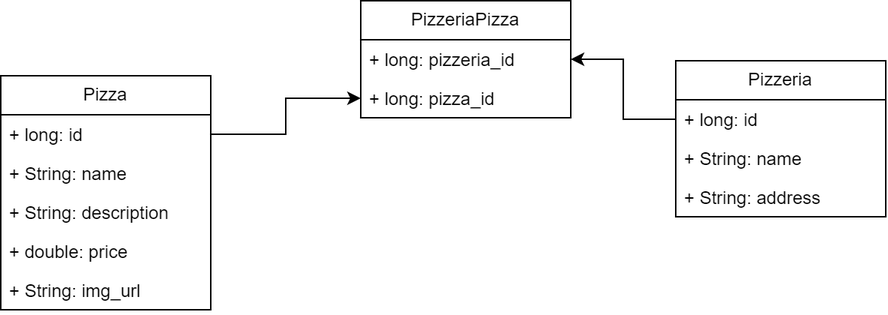
krajniy/PizzaService keeps this draw.io diagram as img/ER Diagram.png. Above is the earlier version. Source tidied: cells renumbered, new cells last; positions are measured from the earlier drawing's top-left corner, leaving out a move shared by most shapes.
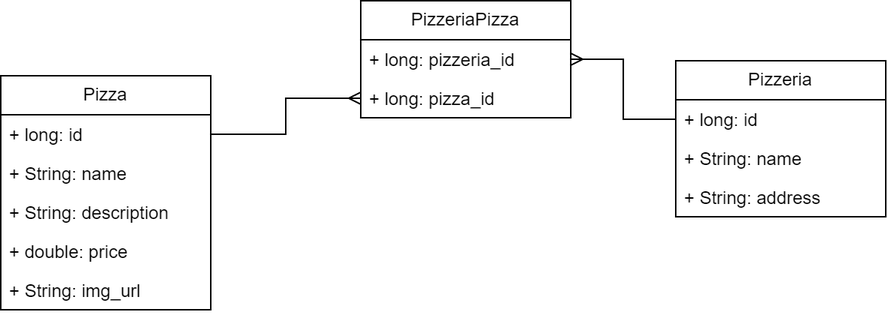
After the commit.

What changed in the source:
```diff
@@ -41,10 +41,10 @@
     <mxCell id="14" value="+ long: pizza_id" style="text;strokeColor=none;fillColor=none;align=left;verticalAlign=top;spacingLeft=4;spacingRight=4;overflow=hidden;points=[[0,0.5],[1,0.5]];portConstraint=eastwest;whiteSpace=wrap;html=1;" parent="12" vertex="1">
       <mxGeometry y="52" width="140" height="26" as="geometry" />
     </mxCell>
-    <mxCell id="15" style="edgeStyle=orthogonalEdgeStyle;rounded=0;jettySize=auto;html=1;" parent="1" edge="1" source="3" target="14">
+    <mxCell id="15" style="edgeStyle=orthogonalEdgeStyle;rounded=0;jettySize=auto;html=1;endArrow=ERmany;endFill=0;" parent="1" edge="1" source="3" target="14">
       <mxGeometry relative="1" as="geometry" />
     </mxCell>
-    <mxCell id="16" style="edgeStyle=orthogonalEdgeStyle;rounded=0;jettySize=auto;html=1;entryX=1;entryY=0.5;entryDx=0;entryDy=0;" parent="1" edge="1" source="9" target="13">
+    <mxCell id="16" style="edgeStyle=orthogonalEdgeStyle;rounded=0;jettySize=auto;html=1;entryX=1;entryY=0.5;entryDx=0;entryDy=0;endArrow=ERmany;endFill=0;" parent="1" edge="1" source="9" target="13">
       <mxGeometry relative="1" as="geometry" />
     </mxCell>
   </root>
```
